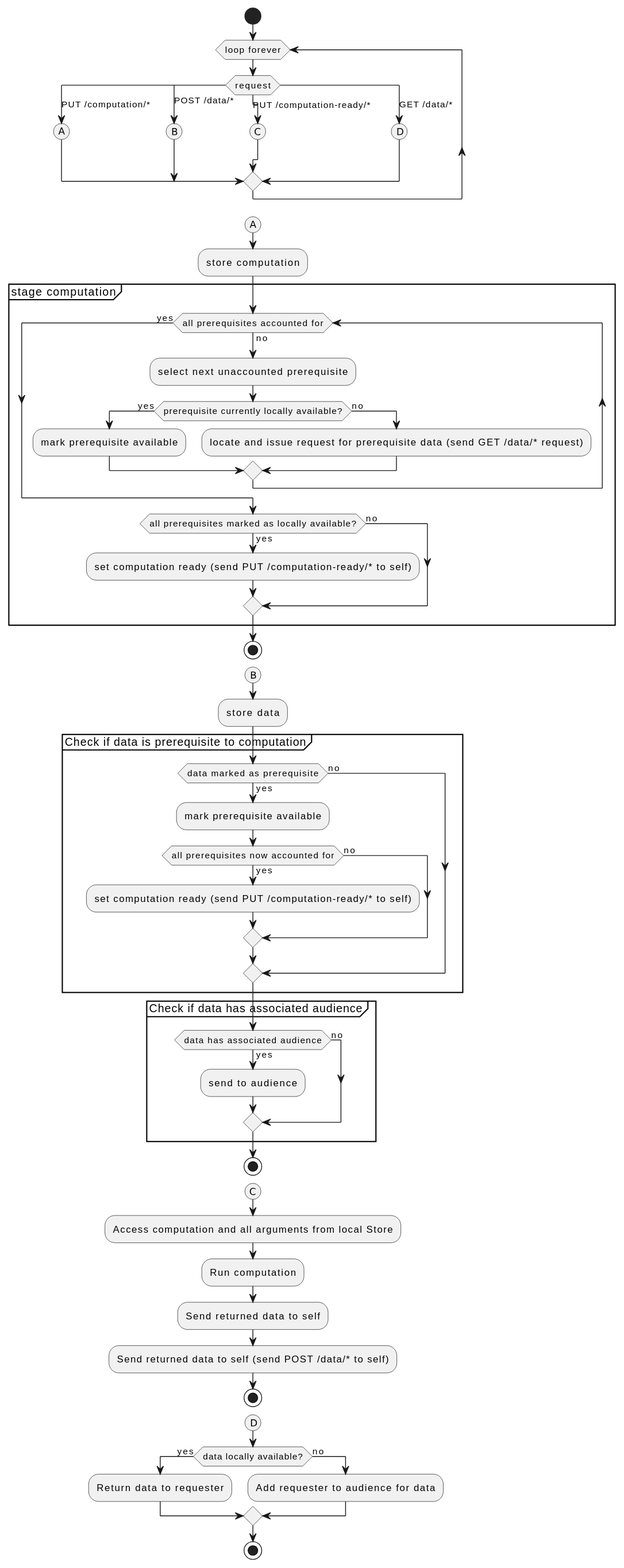
jcai849/jcai849.github.io keeps this PlantUML diagram as research/workerops.svg. Above is the earlier version. Its diagram source:
```plantuml
@startuml
start
while (loop forever)
switch (request)
case (PUT /computation/*)
(A)
case (POST /data/*)
(B)
case (PUT /computation-ready/*)
(C)
case (GET /data/*)
(D)
endswitch
endwhile
-[hidden]->
detach

(A)
:store computation;
group stage computation
while (all prerequisites accounted for) is (no)
:select next unaccounted prerequisite;
if (prerequisite currently locally available?) then (yes)
:mark prerequisite available;
else (no)
:locate and issue request for prerequisite data (send GET /data/* request);
endif
endwhile (yes)
if (all prerequisites marked as locally available?) then (yes)
:set computation ready (send PUT /computation-ready/* to self);
else (no)
endif
end group
stop

(B)
:store data;
group Check if data is prerequisite to computation
if (data marked as prerequisite) then (yes)
:mark prerequisite available;
if (all prerequisites now accounted for) then (yes)
:set computation ready (send PUT /computation-ready/* to self);
else (no)
endif
else (no)
endif
end group
group Check if data has associated audience
if (data has associated audience) then (yes)
:send to audience;
else (no)
endif
end group
stop

(C)
:Access computation and all arguments from local Store;
:Run computation;
:Send returned data to self;
:Send returned data to self (send POST /data/* to self);
stop

(D)
if (data locally available?) then (yes)
:Return data to requester;
else (no)
:Add requester to audience for data;
endif
stop

@enduml
```
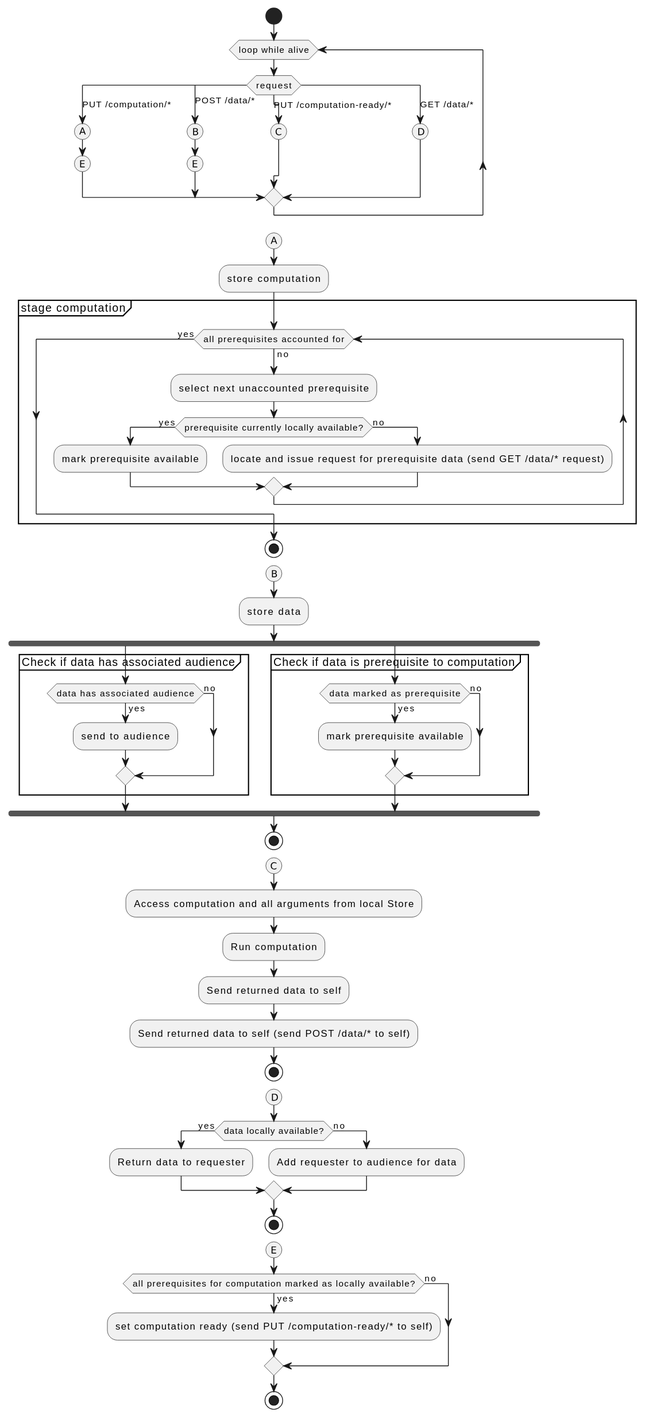
After the commit.

Commit message:
update activity diagram

The edit, as a diff of the source:
```diff
@@ -1,11 +1,13 @@
 @startuml
 start
-while (loop forever)
+while (loop while alive)
 switch (request)
 case (PUT /computation/*)
 (A)
+(E)
 case (POST /data/*)
 (B)
+(E)
 case (PUT /computation-ready/*)
 (C)
 case (GET /data/*)
@@ -26,31 +28,27 @@
 :locate and issue request for prerequisite data (send GET /data/* request);
 endif
 endwhile (yes)
-if (all prerequisites marked as locally available?) then (yes)
-:set computation ready (send PUT /computation-ready/* to self);
-else (no)
-endif
 end group
 stop
 
 (B)
 :store data;
-group Check if data is prerequisite to computation
-if (data marked as prerequisite) then (yes)
-:mark prerequisite available;
-if (all prerequisites now accounted for) then (yes)
-:set computation ready (send PUT /computation-ready/* to self);
-else (no)
-endif
-else (no)
-endif
-end group
+fork
 group Check if data has associated audience
 if (data has associated audience) then (yes)
 :send to audience;
 else (no)
 endif
 end group
+fork again
+group Check if data is prerequisite to computation
+if (data marked as prerequisite) then (yes)
+:mark prerequisite available;
+else (no)
+endif
+end group
+end fork
+
 stop
 
 (C)
@@ -68,4 +66,11 @@
 endif
 stop
 
+(E)
+if (all prerequisites for computation marked as locally available?) then (yes)
+:set computation ready (send PUT /computation-ready/* to self);
+else (no)
+endif
+stop
+
 @enduml
```
